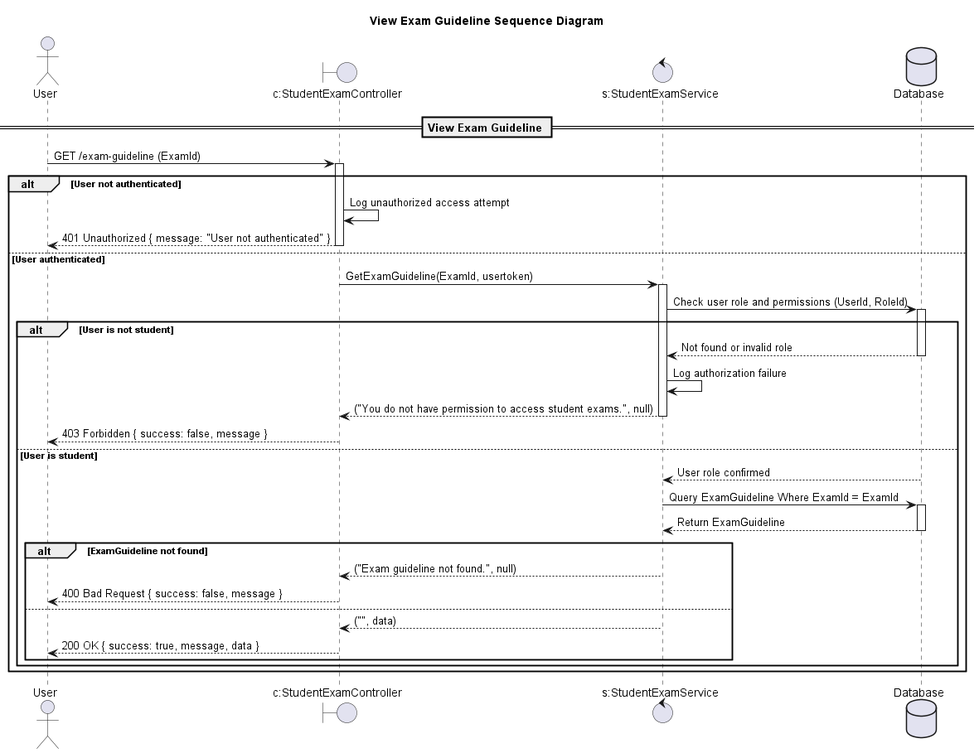
Above: design/out/viewexamguidelinesequencediagram/viewexamguidelinesequencediagram.png in conghoan1211/AI-Kiosk-Testing-system (PlantUML), before the change. Source of this version:
```plantuml
@startuml

title View Exam Guideline Sequence Diagram

actor "User" as Client

boundary "c:StudentExamController" as Controller
control "s:StudentExamService" as Service
database "Database" as DB

== View Exam Guideline ==

Client -> Controller: GET /exam-guideline (ExamId)
activate Controller

alt User not authenticated
    Controller -> Controller: Log unauthorized access attempt
    Controller --> Client: 401 Unauthorized { message: "User not authenticated" }
    deactivate Controller
else User authenticated
    Controller -> Service: GetExamGuideline(ExamId, usertoken)
    activate Service

    Service -> DB: Check user role and permissions (UserId, RoleId)
    activate DB
    alt User is not student
        DB --> Service: Not found or invalid role
        deactivate DB
        Service -> Service: Log authorization failure
        Service --> Controller: ("You do not have permission to access student exams.", null)
        deactivate Service
        Controller --> Client: 403 Forbidden { success: false, message }
        deactivate Controller
    else User is student
        DB --> Service: User role confirmed
        deactivate DB

        Service -> DB: Query ExamGuideline Where ExamId = ExamId
        activate DB
        DB --> Service: Return ExamGuideline
        deactivate DB

        alt ExamGuideline not found
            Service --> Controller: ("Exam guideline not found.", null)
            deactivate Service
            Controller --> Client: 400 Bad Request { success: false, message }
        else
            Service --> Controller: ("", data)
            deactivate Service
            Controller --> Client: 200 OK { success: true, message, data }
        end
    end
end

deactivate Controller

@enduml
```
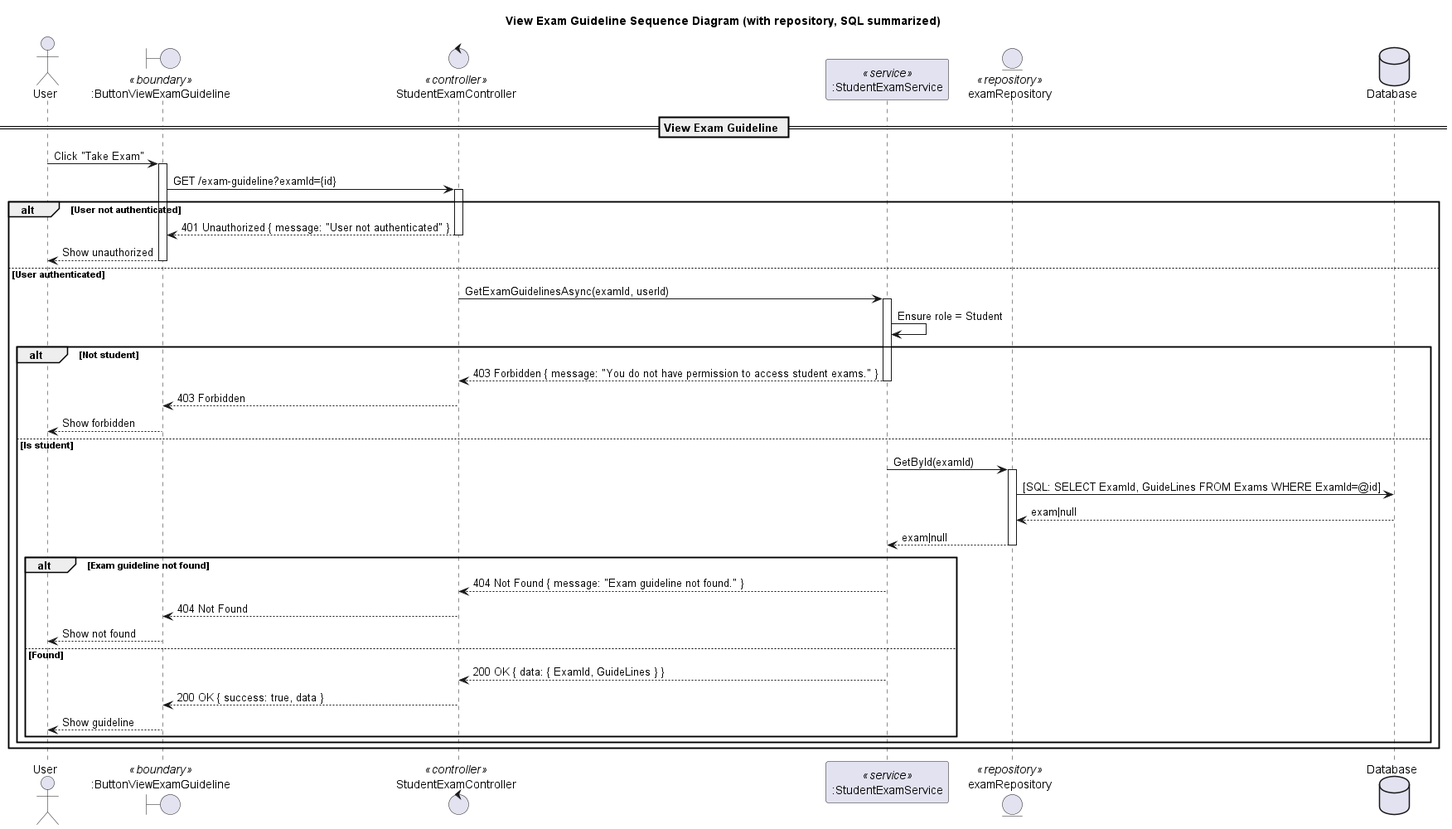
The same diagram one commit later.

What changed in the source:
```diff
@@ -1,57 +1,62 @@
 @startuml
-
-title View Exam Guideline Sequence Diagram
+title View Exam Guideline Sequence Diagram (with repository, SQL summarized)
 
 actor "User" as Client
+boundary ":ButtonViewExamGuideline" as UI <<boundary>>
+control "StudentExamController" as Controller <<controller>>
+participant ":StudentExamService" as Service <<service>>
 
-boundary "c:StudentExamController" as Controller
-control "s:StudentExamService" as Service
+entity "examRepository" as ExamRepo <<repository>>
+
 database "Database" as DB
 
 == View Exam Guideline ==
 
-Client -> Controller: GET /exam-guideline (ExamId)
+Client -> UI: Click "Take Exam"
+activate UI
+UI -> Controller: GET /exam-guideline?examId={id}
 activate Controller
 
 alt User not authenticated
-    Controller -> Controller: Log unauthorized access attempt
-    Controller --> Client: 401 Unauthorized { message: "User not authenticated" }
+  Controller --> UI: 401 Unauthorized { message: "User not authenticated" }
+  deactivate Controller
+  UI --> Client: Show unauthorized
+  deactivate UI
+else User authenticated
+  Controller -> Service: GetExamGuidelinesAsync(examId, userId)
+  activate Service
+
+  Service -> Service: Ensure role = Student
+  alt Not student
+    Service --> Controller: 403 Forbidden { message: "You do not have permission to access student exams." }
+    deactivate Service
+    Controller --> UI: 403 Forbidden
     deactivate Controller
-else User authenticated
-    Controller -> Service: GetExamGuideline(ExamId, usertoken)
-    activate Service
+    UI --> Client: Show forbidden
+    deactivate UI
+  else Is student
+    Service -> ExamRepo: GetById(examId)
+    activate ExamRepo
+    ExamRepo -> DB: [SQL: SELECT ExamId, GuideLines FROM Exams WHERE ExamId=@id]
+    DB --> ExamRepo: exam|null
+    ExamRepo --> Service: exam|null
+    deactivate ExamRepo
 
-    Service -> DB: Check user role and permissions (UserId, RoleId)
-    activate DB
-    alt User is not student
-        DB --> Service: Not found or invalid role
-        deactivate DB
-        Service -> Service: Log authorization failure
-        Service --> Controller: ("You do not have permission to access student exams.", null)
-        deactivate Service
-        Controller --> Client: 403 Forbidden { success: false, message }
-        deactivate Controller
-    else User is student
-        DB --> Service: User role confirmed
-        deactivate DB
-
-        Service -> DB: Query ExamGuideline Where ExamId = ExamId
-        activate DB
-        DB --> Service: Return ExamGuideline
-        deactivate DB
-
-        alt ExamGuideline not found
-            Service --> Controller: ("Exam guideline not found.", null)
-            deactivate Service
-            Controller --> Client: 400 Bad Request { success: false, message }
-        else
-            Service --> Controller: ("", data)
-            deactivate Service
-            Controller --> Client: 200 OK { success: true, message, data }
-        end
-    end
-end
-
-deactivate Controller
-
+    alt Exam guideline not found
+      Service --> Controller: 404 Not Found { message: "Exam guideline not found." }
+      deactivate Service
+      Controller --> UI: 404 Not Found
+      deactivate Controller
+      UI --> Client: Show not found
+      deactivate UI
+    else Found
+      Service --> Controller: 200 OK { data: { ExamId, GuideLines } }
+      deactivate Service
+      Controller --> UI: 200 OK { success: true, data }
+      deactivate Controller
+      UI --> Client: Show guideline
+      deactivate UI
+    end alt
+  end alt
+end alt
 @enduml
```
